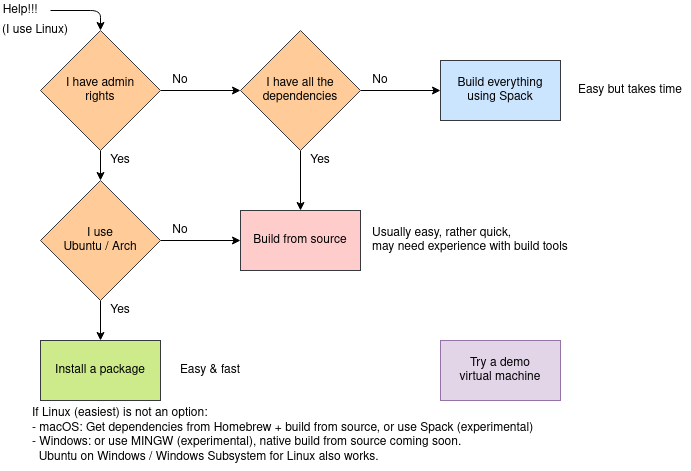
This is images/docs/install-decision.png from precice/precice.github.io, a draw.io export, as it was before one commit. Source tidied: cells renumbered, new cells last; positions are measured from the earlier drawing's top-left corner, leaving out a move shared by most shapes.
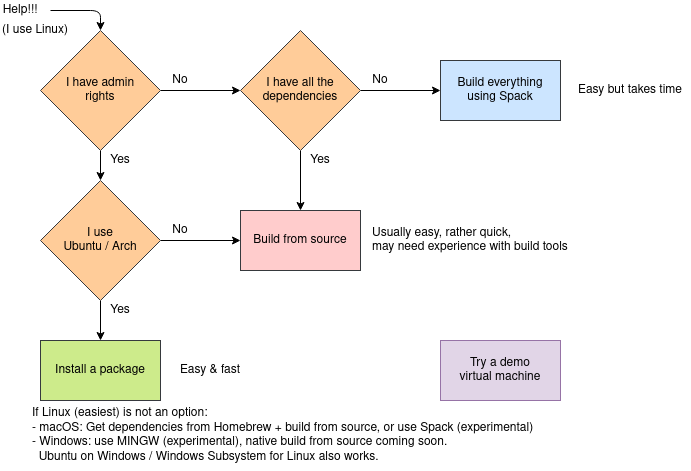
The same diagram one commit later.

Commit message:
Fix typo in install-decision figure

Change to the diagram source:
```diff
@@ -79,7 +79,7 @@
     <mxCell id="25" value="(I use Linux)" style="text;html=1;strokeColor=none;fillColor=none;align=center;verticalAlign=middle;whiteSpace=wrap;rounded=0;" parent="1" vertex="1">
       <mxGeometry y="20" width="70" height="20" as="geometry" />
     </mxCell>
-    <mxCell id="26" value="&lt;div&gt;If Linux (easiest) is not an option:&lt;br&gt;- macOS: Get dependencies from Homebrew + build from source, or use Spack (experimental)&lt;/div&gt;&lt;div&gt;- Windows: or use MINGW (experimental), native build from source coming soon.&lt;br&gt;&amp;nbsp; Ubuntu on Windows / Windows Subsystem for Linux also works.&lt;br&gt;&lt;/div&gt;" style="text;html=1;strokeColor=none;fillColor=none;align=left;verticalAlign=middle;whiteSpace=wrap;rounded=0;" parent="1" vertex="1">
+    <mxCell id="26" value="&lt;div&gt;If Linux (easiest) is not an option:&lt;br&gt;- macOS: Get dependencies from Homebrew + build from source, or use Spack (experimental)&lt;/div&gt;&lt;div&gt;- Windows: use MINGW (experimental), native build from source coming soon.&lt;br&gt;&amp;nbsp; Ubuntu on Windows / Windows Subsystem for Linux also works.&lt;br&gt;&lt;/div&gt;" style="text;html=1;strokeColor=none;fillColor=none;align=left;verticalAlign=middle;whiteSpace=wrap;rounded=0;" parent="1" vertex="1">
       <mxGeometry x="30" y="400" width="520" height="70" as="geometry" />
     </mxCell>
     <mxCell id="27" value="&lt;div&gt;Try a demo&lt;/div&gt;&lt;div&gt;virtual machine&lt;br&gt;&lt;/div&gt;" style="rounded=0;whiteSpace=wrap;html=1;fillColor=#e1d5e7;strokeColor=#9673a6;" parent="1" vertex="1">
```
